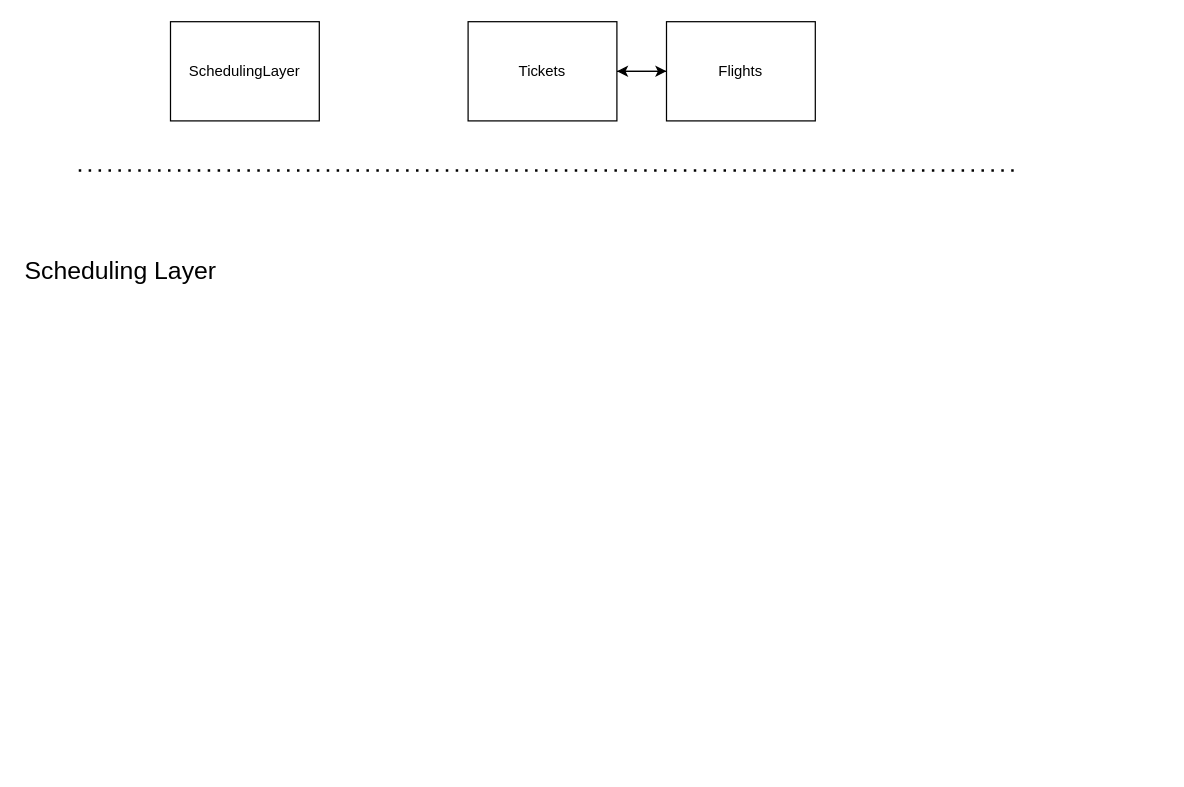
Above: page "SchedulingLayer" (4 of 7) of ERDiagram.drawio in kyle4036/DatabaseManagement2026Project1 (draw.io), before the change. Source tidied: cells renumbered, new cells numbered last; positions are measured from the earlier drawing's top-left corner, leaving out a move shared by most shapes. Both pictures are drawn from the tidied source at 124%, with x=0, y=0 at pixel (21, 21).
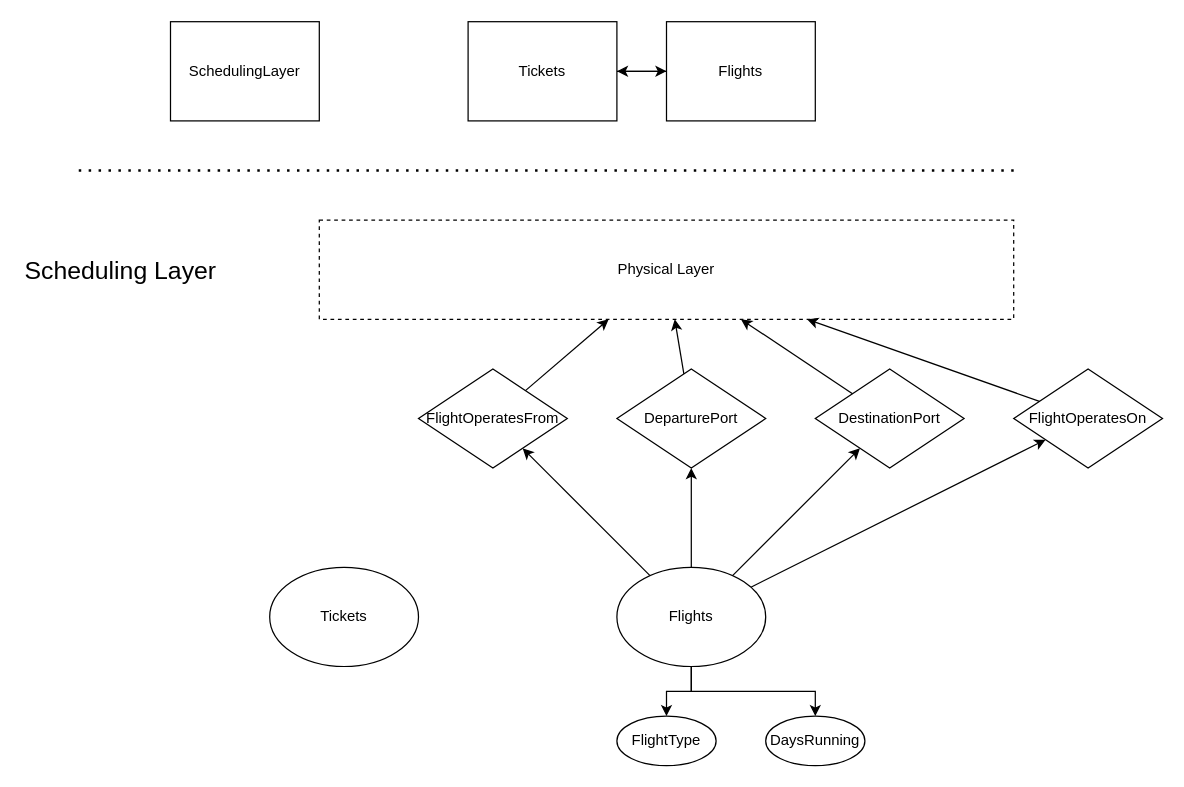
The same diagram, later.

Change to the diagram source:
```diff
@@
+    <mxCell id="9" style="rounded=0;jettySize=auto;html=1;" parent="1" edge="1" source="15" target="21">
+      <mxGeometry relative="1" as="geometry" />
+    </mxCell>
+    <mxCell id="10" style="rounded=0;jettySize=auto;html=1;" parent="1" edge="1" source="15" target="20">
+      <mxGeometry relative="1" as="geometry" />
+    </mxCell>
+    <mxCell id="11" style="rounded=0;jettySize=auto;html=1;" parent="1" edge="1" source="15" target="19">
+      <mxGeometry relative="1" as="geometry" />
+    </mxCell>
+    <mxCell id="12" style="rounded=0;jettySize=auto;html=1;" parent="1" edge="1" source="15" target="22">
+      <mxGeometry relative="1" as="geometry" />
+    </mxCell>
+    <mxCell id="13" style="edgeStyle=orthogonalEdgeStyle;rounded=0;jettySize=auto;html=1;" parent="1" edge="1" source="15" target="27">
+      <mxGeometry relative="1" as="geometry" />
+    </mxCell>
+    <mxCell id="14" style="edgeStyle=orthogonalEdgeStyle;rounded=0;jettySize=auto;html=1;" parent="1" edge="1" source="15" target="28">
+      <mxGeometry relative="1" as="geometry" />
+    </mxCell>
+    <mxCell id="15" value="Flights" style="ellipse;whiteSpace=wrap;html=1;" parent="1" vertex="1">
+      <mxGeometry x="480" y="440" width="120" height="80" as="geometry" />
+    </mxCell>
+    <mxCell id="16" value="Tickets" style="ellipse;whiteSpace=wrap;html=1;" parent="1" vertex="1">
+      <mxGeometry x="200" y="440" width="120" height="80" as="geometry" />
+    </mxCell>
+    <mxCell id="17" value="Physical Layer" style="rounded=0;whiteSpace=wrap;html=1;dashed=1;" parent="1" vertex="1">
+      <mxGeometry x="240" y="160" width="560" height="80" as="geometry" />
+    </mxCell>
+    <mxCell id="18" style="group;" parent="1" vertex="1">
+      <mxGeometry x="320" y="280" width="600" height="80" as="geometry" />
+    </mxCell>
+    <mxCell id="19" value="DestinationPort" style="rhombus;whiteSpace=wrap;html=1;" parent="18" vertex="1">
+      <mxGeometry x="320" width="120" height="80" as="geometry" />
+    </mxCell>
+    <mxCell id="20" value="DeparturePort" style="rhombus;whiteSpace=wrap;html=1;" parent="18" vertex="1">
+      <mxGeometry x="160" width="120" height="80" as="geometry" />
+    </mxCell>
+    <mxCell id="21" value="FlightOperatesFrom" style="rhombus;whiteSpace=wrap;html=1;" parent="18" vertex="1">
+      <mxGeometry width="120" height="80" as="geometry" />
+    </mxCell>
+    <mxCell id="22" value="&lt;font&gt;FlightOperatesOn&lt;/font&gt;" style="rhombus;whiteSpace=wrap;html=1;" parent="18" vertex="1">
+      <mxGeometry x="480" width="120" height="80" as="geometry" />
+    </mxCell>
+    <mxCell id="23" style="rounded=0;jettySize=auto;html=1;" parent="1" edge="1" source="21" target="17">
+      <mxGeometry relative="1" as="geometry" />
+    </mxCell>
+    <mxCell id="24" style="rounded=0;jettySize=auto;html=1;" parent="1" edge="1" source="20" target="17">
+      <mxGeometry relative="1" as="geometry" />
+    </mxCell>
+    <mxCell id="25" style="rounded=0;jettySize=auto;html=1;" parent="1" edge="1" source="19" target="17">
+      <mxGeometry relative="1" as="geometry" />
+    </mxCell>
+    <mxCell id="26" style="rounded=0;jettySize=auto;html=1;" parent="1" edge="1" source="22" target="17">
+      <mxGeometry relative="1" as="geometry" />
+    </mxCell>
+    <mxCell id="27" value="FlightType" style="ellipse;whiteSpace=wrap;html=1;" parent="1" vertex="1">
+      <mxGeometry x="480" y="560" width="80" height="40" as="geometry" />
+    </mxCell>
+    <mxCell id="28" value="DaysRunning" style="ellipse;whiteSpace=wrap;html=1;" parent="1" vertex="1">
+      <mxGeometry x="600" y="560" width="80" height="40" as="geometry" />
+    </mxCell>
```
